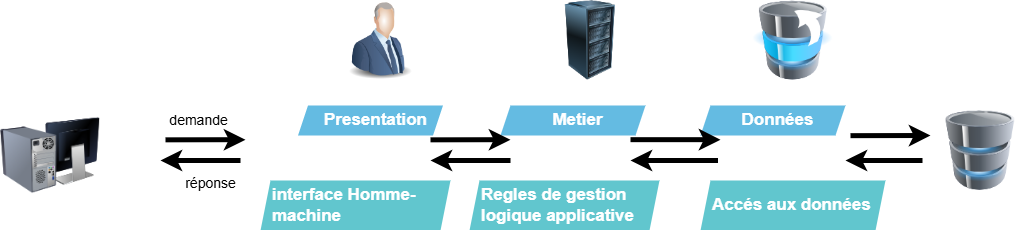
This is architecture physique.drawio.png from chirine1/-project, a draw.io export, as it was before one commit. Source tidied: cells renumbered, new cells last; positions are measured from the earlier drawing's top-left corner, leaving out a move shared by most shapes. The source it was exported from:
```xml
<mxGraphModel>
  <root>
    <mxCell id="0" />
    <mxCell id="1" parent="0" />
    <mxCell id="2" style="image;html=1;image=img/lib/clip_art/computers/Database_Move_Stack_128x128.png;" parent="1" vertex="1">
      <mxGeometry x="752.5" width="80" height="80" as="geometry" />
    </mxCell>
    <mxCell id="3" style="image;html=1;image=img/lib/clip_art/computers/Server_Rack_128x128.png;" parent="1" vertex="1">
      <mxGeometry x="550" width="80" height="80" as="geometry" />
    </mxCell>
    <mxCell id="4" style="image;html=1;image=img/lib/clip_art/computers/Monitor_Tower_Behind_128x128.png;" parent="1" vertex="1">
      <mxGeometry y="105" width="100" height="100" as="geometry" />
    </mxCell>
    <mxCell id="5" style="image;html=1;image=img/lib/clip_art/people/Suit_Man_Blue_128x128.png;" parent="1" vertex="1">
      <mxGeometry x="340" width="80" height="80" as="geometry" />
    </mxCell>
    <mxCell id="6" value="Presentation" style="shape=mxgraph.infographic.parallelogram;dx=5;html=1;whiteSpace=wrap;fillColor=#64BBE2;strokeColor=none;shadow=0;fontSize=17;fontColor=#FFFFFF;align=center;spacingLeft=10;fontStyle=1;" parent="1" vertex="1">
      <mxGeometry x="297.5" y="105" width="145" height="30" as="geometry" />
    </mxCell>
    <mxCell id="7" value="interface Homme-machine" style="shape=mxgraph.infographic.parallelogram;dx=5;html=1;whiteSpace=wrap;fillColor=#61C6CE;strokeColor=none;shadow=0;fontSize=17;fontColor=#FFFFFF;align=left;spacingLeft=10;fontStyle=1;" parent="1" vertex="1">
      <mxGeometry x="260" y="180" width="190" height="50" as="geometry" />
    </mxCell>
    <mxCell id="8" value="Données" style="shape=mxgraph.infographic.parallelogram;dx=5;html=1;whiteSpace=wrap;fillColor=#64BBE2;strokeColor=none;shadow=0;fontSize=17;fontColor=#FFFFFF;align=center;spacingLeft=10;fontStyle=1;" parent="1" vertex="1">
      <mxGeometry x="700" y="105" width="145" height="30" as="geometry" />
    </mxCell>
    <mxCell id="9" value="Metier" style="shape=mxgraph.infographic.parallelogram;dx=5;html=1;whiteSpace=wrap;fillColor=#64BBE2;strokeColor=none;shadow=0;fontSize=17;fontColor=#FFFFFF;align=center;spacingLeft=10;fontStyle=1;" parent="1" vertex="1">
      <mxGeometry x="500" y="105" width="145" height="30" as="geometry" />
    </mxCell>
    <mxCell id="10" value="Regles de gestion logique applicative" style="shape=mxgraph.infographic.parallelogram;dx=5;html=1;whiteSpace=wrap;fillColor=#61C6CE;strokeColor=none;shadow=0;fontSize=17;fontColor=#FFFFFF;align=left;spacingLeft=10;fontStyle=1;" parent="1" vertex="1">
      <mxGeometry x="469" y="180" width="190" height="50" as="geometry" />
    </mxCell>
    <mxCell id="11" value="Accés aux données" style="shape=mxgraph.infographic.parallelogram;dx=5;html=1;whiteSpace=wrap;fillColor=#61C6CE;strokeColor=none;shadow=0;fontSize=17;fontColor=#FFFFFF;align=left;spacingLeft=10;fontStyle=1;" parent="1" vertex="1">
      <mxGeometry x="700" y="180" width="185" height="50" as="geometry" />
    </mxCell>
    <mxCell id="12" style="image;html=1;image=img/lib/clip_art/computers/Database_128x128.png;" parent="1" vertex="1">
      <mxGeometry x="940" y="110" width="80" height="80" as="geometry" />
    </mxCell>
    <mxCell id="13" style="endArrow=classic;html=1;rounded=0;strokeWidth=5;" parent="1" edge="1">
      <mxGeometry relative="1" as="geometry">
        <mxPoint x="240" y="160" as="sourcePoint" />
        <mxPoint x="160" y="160" as="targetPoint" />
      </mxGeometry>
    </mxCell>
    <mxCell id="14" style="endArrow=classic;html=1;rounded=0;strokeWidth=5;" parent="1" edge="1">
      <mxGeometry relative="1" as="geometry">
        <mxPoint x="165" y="139.3" as="sourcePoint" />
        <mxPoint x="245" y="139.2" as="targetPoint" />
      </mxGeometry>
    </mxCell>
    <mxCell id="15" value="&lt;font style=&quot;font-size: 14px;&quot;&gt;demande&amp;nbsp;&lt;/font&gt;" style="text;html=1;align=center;verticalAlign=middle;points=[];strokeColor=none;fillColor=none;" parent="1" vertex="1">
      <mxGeometry x="155" y="105" width="90" height="30" as="geometry" />
    </mxCell>
    <mxCell id="16" value="&lt;font style=&quot;font-size: 14px;&quot;&gt;réponse&lt;/font&gt;" style="text;html=1;align=center;verticalAlign=middle;strokeColor=none;fillColor=none;" parent="1" vertex="1">
      <mxGeometry x="175" y="168" width="70" height="30" as="geometry" />
    </mxCell>
    <mxCell id="17" style="endArrow=classic;html=1;rounded=0;strokeWidth=5;" parent="1" edge="1">
      <mxGeometry relative="1" as="geometry">
        <mxPoint x="922" y="160" as="sourcePoint" />
        <mxPoint x="845" y="160" as="targetPoint" />
      </mxGeometry>
    </mxCell>
    <mxCell id="18" style="endArrow=classic;html=1;rounded=0;strokeWidth=5;" parent="1" edge="1">
      <mxGeometry relative="1" as="geometry">
        <mxPoint x="717.5" y="160" as="sourcePoint" />
        <mxPoint x="630" y="160" as="targetPoint" />
      </mxGeometry>
    </mxCell>
    <mxCell id="19" style="endArrow=classic;html=1;rounded=0;strokeWidth=5;" parent="1" edge="1">
      <mxGeometry relative="1" as="geometry">
        <mxPoint x="510" y="160" as="sourcePoint" />
        <mxPoint x="430" y="160" as="targetPoint" />
      </mxGeometry>
    </mxCell>
    <mxCell id="20" style="endArrow=classic;html=1;rounded=0;strokeWidth=5;" parent="1" edge="1">
      <mxGeometry relative="1" as="geometry">
        <mxPoint x="850" y="135.2" as="sourcePoint" />
        <mxPoint x="930" y="135" as="targetPoint" />
      </mxGeometry>
    </mxCell>
    <mxCell id="21" style="endArrow=classic;html=1;rounded=0;strokeWidth=5;" parent="1" edge="1">
      <mxGeometry relative="1" as="geometry">
        <mxPoint x="630" y="139.2" as="sourcePoint" />
        <mxPoint x="720" y="139.2" as="targetPoint" />
      </mxGeometry>
    </mxCell>
    <mxCell id="22" style="endArrow=classic;html=1;rounded=0;strokeWidth=5;" parent="1" edge="1">
      <mxGeometry relative="1" as="geometry">
        <mxPoint x="430" y="139.3" as="sourcePoint" />
        <mxPoint x="510" y="139.2" as="targetPoint" />
      </mxGeometry>
    </mxCell>
  </root>
</mxGraphModel>
```
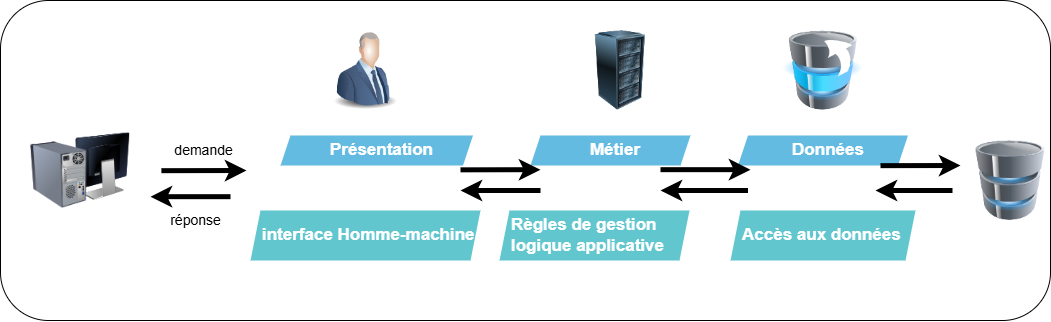
After the change.

Commit message:
Mettre à jour architecture physique.drawio.png

What changed in the source:
```diff
@@ -2,6 +2,9 @@
   <root>
     <mxCell id="0" />
     <mxCell id="1" parent="0" />
+    <mxCell id="23" style="rounded=1;whiteSpace=wrap;html=1;" parent="1" vertex="1">
+      <mxGeometry x="-30" y="-30" width="1050" height="320" as="geometry" />
+    </mxCell>
     <mxCell id="2" style="image;html=1;image=img/lib/clip_art/computers/Database_Move_Stack_128x128.png;" parent="1" vertex="1">
       <mxGeometry x="752.5" width="80" height="80" as="geometry" />
     </mxCell>
@@ -9,27 +12,27 @@
       <mxGeometry x="550" width="80" height="80" as="geometry" />
     </mxCell>
     <mxCell id="4" style="image;html=1;image=img/lib/clip_art/computers/Monitor_Tower_Behind_128x128.png;" parent="1" vertex="1">
-      <mxGeometry y="105" width="100" height="100" as="geometry" />
+      <mxGeometry y="90" width="100" height="100" as="geometry" />
     </mxCell>
     <mxCell id="5" style="image;html=1;image=img/lib/clip_art/people/Suit_Man_Blue_128x128.png;" parent="1" vertex="1">
-      <mxGeometry x="340" width="80" height="80" as="geometry" />
+      <mxGeometry x="295" width="80" height="80" as="geometry" />
     </mxCell>
-    <mxCell id="6" value="Presentation" style="shape=mxgraph.infographic.parallelogram;dx=5;html=1;whiteSpace=wrap;fillColor=#64BBE2;strokeColor=none;shadow=0;fontSize=17;fontColor=#FFFFFF;align=center;spacingLeft=10;fontStyle=1;" parent="1" vertex="1">
-      <mxGeometry x="297.5" y="105" width="145" height="30" as="geometry" />
+    <mxCell id="6" value="Présentation" style="shape=mxgraph.infographic.parallelogram;dx=5;html=1;whiteSpace=wrap;fillColor=#64BBE2;strokeColor=none;shadow=0;fontSize=17;fontColor=#FFFFFF;align=center;spacingLeft=10;fontStyle=1;" parent="1" vertex="1">
+      <mxGeometry x="250" y="105" width="192.5" height="30" as="geometry" />
     </mxCell>
     <mxCell id="7" value="interface Homme-machine" style="shape=mxgraph.infographic.parallelogram;dx=5;html=1;whiteSpace=wrap;fillColor=#61C6CE;strokeColor=none;shadow=0;fontSize=17;fontColor=#FFFFFF;align=left;spacingLeft=10;fontStyle=1;" parent="1" vertex="1">
-      <mxGeometry x="260" y="180" width="190" height="50" as="geometry" />
+      <mxGeometry x="220" y="180" width="230" height="50" as="geometry" />
     </mxCell>
     <mxCell id="8" value="Données" style="shape=mxgraph.infographic.parallelogram;dx=5;html=1;whiteSpace=wrap;fillColor=#64BBE2;strokeColor=none;shadow=0;fontSize=17;fontColor=#FFFFFF;align=center;spacingLeft=10;fontStyle=1;" parent="1" vertex="1">
-      <mxGeometry x="700" y="105" width="145" height="30" as="geometry" />
+      <mxGeometry x="707.5" y="105" width="170" height="30" as="geometry" />
     </mxCell>
-    <mxCell id="9" value="Metier" style="shape=mxgraph.infographic.parallelogram;dx=5;html=1;whiteSpace=wrap;fillColor=#64BBE2;strokeColor=none;shadow=0;fontSize=17;fontColor=#FFFFFF;align=center;spacingLeft=10;fontStyle=1;" parent="1" vertex="1">
-      <mxGeometry x="500" y="105" width="145" height="30" as="geometry" />
+    <mxCell id="9" value="Métier" style="shape=mxgraph.infographic.parallelogram;dx=5;html=1;whiteSpace=wrap;fillColor=#64BBE2;strokeColor=none;shadow=0;fontSize=17;fontColor=#FFFFFF;align=center;spacingLeft=10;fontStyle=1;" parent="1" vertex="1">
+      <mxGeometry x="500" y="105" width="160" height="30" as="geometry" />
     </mxCell>
-    <mxCell id="10" value="Regles de gestion logique applicative" style="shape=mxgraph.infographic.parallelogram;dx=5;html=1;whiteSpace=wrap;fillColor=#61C6CE;strokeColor=none;shadow=0;fontSize=17;fontColor=#FFFFFF;align=left;spacingLeft=10;fontStyle=1;" parent="1" vertex="1">
+    <mxCell id="10" value="Règles de gestion logique applicative" style="shape=mxgraph.infographic.parallelogram;dx=5;html=1;whiteSpace=wrap;fillColor=#61C6CE;strokeColor=none;shadow=0;fontSize=17;fontColor=#FFFFFF;align=left;spacingLeft=10;fontStyle=1;" parent="1" vertex="1">
       <mxGeometry x="469" y="180" width="190" height="50" as="geometry" />
     </mxCell>
-    <mxCell id="11" value="Accés aux données" style="shape=mxgraph.infographic.parallelogram;dx=5;html=1;whiteSpace=wrap;fillColor=#61C6CE;strokeColor=none;shadow=0;fontSize=17;fontColor=#FFFFFF;align=left;spacingLeft=10;fontStyle=1;" parent="1" vertex="1">
+    <mxCell id="11" value="Accès aux données" style="shape=mxgraph.infographic.parallelogram;dx=5;html=1;whiteSpace=wrap;fillColor=#61C6CE;strokeColor=none;shadow=0;fontSize=17;fontColor=#FFFFFF;align=left;spacingLeft=10;fontStyle=1;" parent="1" vertex="1">
       <mxGeometry x="700" y="180" width="185" height="50" as="geometry" />
     </mxCell>
     <mxCell id="12" style="image;html=1;image=img/lib/clip_art/computers/Database_128x128.png;" parent="1" vertex="1">
@@ -37,21 +40,20 @@
     </mxCell>
     <mxCell id="13" style="endArrow=classic;html=1;rounded=0;strokeWidth=5;" parent="1" edge="1">
       <mxGeometry relative="1" as="geometry">
-        <mxPoint x="240" y="160" as="sourcePoint" />
-        <mxPoint x="160" y="160" as="targetPoint" />
+        <mxPoint x="200" y="166.2" as="sourcePoint" />
+        <mxPoint x="120" y="166.2" as="targetPoint" />
       </mxGeometry>
     </mxCell>
-    <mxCell id="14" style="endArrow=classic;html=1;rounded=0;strokeWidth=5;" parent="1" edge="1">
+    <mxCell id="14" style="endArrow=classic;html=1;rounded=0;strokeWidth=5;exitX=0.01;exitY=1.173;exitDx=0;exitDy=0;exitPerimeter=0;" parent="1" edge="1" source="15">
       <mxGeometry relative="1" as="geometry">
-        <mxPoint x="165" y="139.3" as="sourcePoint" />
-        <mxPoint x="245" y="139.2" as="targetPoint" />
+        <mxPoint x="216" y="140" as="targetPoint" />
       </mxGeometry>
     </mxCell>
     <mxCell id="15" value="&lt;font style=&quot;font-size: 14px;&quot;&gt;demande&amp;nbsp;&lt;/font&gt;" style="text;html=1;align=center;verticalAlign=middle;points=[];strokeColor=none;fillColor=none;" parent="1" vertex="1">
-      <mxGeometry x="155" y="105" width="90" height="30" as="geometry" />
+      <mxGeometry x="130" y="105" width="90" height="30" as="geometry" />
     </mxCell>
     <mxCell id="16" value="&lt;font style=&quot;font-size: 14px;&quot;&gt;réponse&lt;/font&gt;" style="text;html=1;align=center;verticalAlign=middle;strokeColor=none;fillColor=none;" parent="1" vertex="1">
-      <mxGeometry x="175" y="168" width="70" height="30" as="geometry" />
+      <mxGeometry x="130" y="175" width="70" height="30" as="geometry" />
     </mxCell>
     <mxCell id="17" style="endArrow=classic;html=1;rounded=0;strokeWidth=5;" parent="1" edge="1">
       <mxGeometry relative="1" as="geometry">
```
